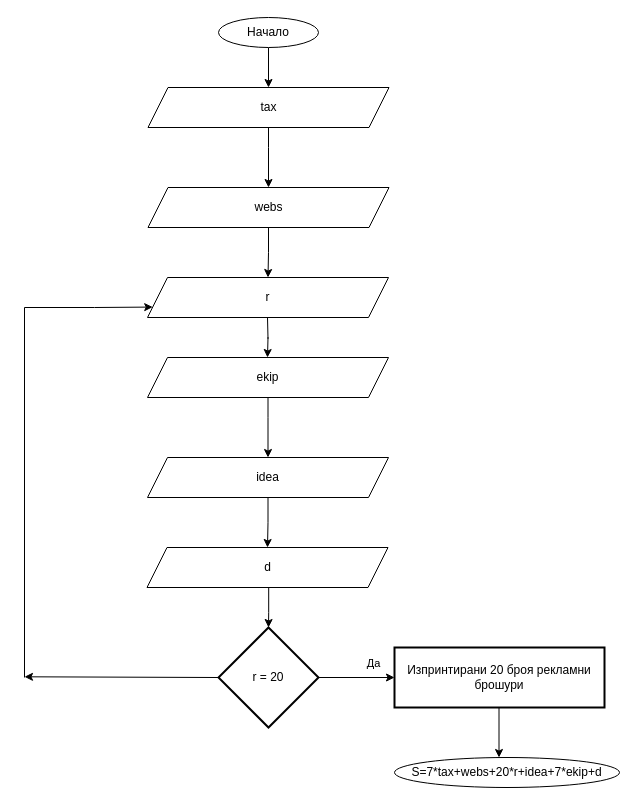
This is dsdkl.drawio from DimitrovC/daskalo-flowchart, a draw.io file, before an edit. Source tidied: cells renumbered, new cells numbered last; positions are measured from the earlier drawing's top-left corner, leaving out a move shared by most shapes. Both pictures are drawn from the tidied source at 100%, with x=0, y=0 at pixel (24, 17).
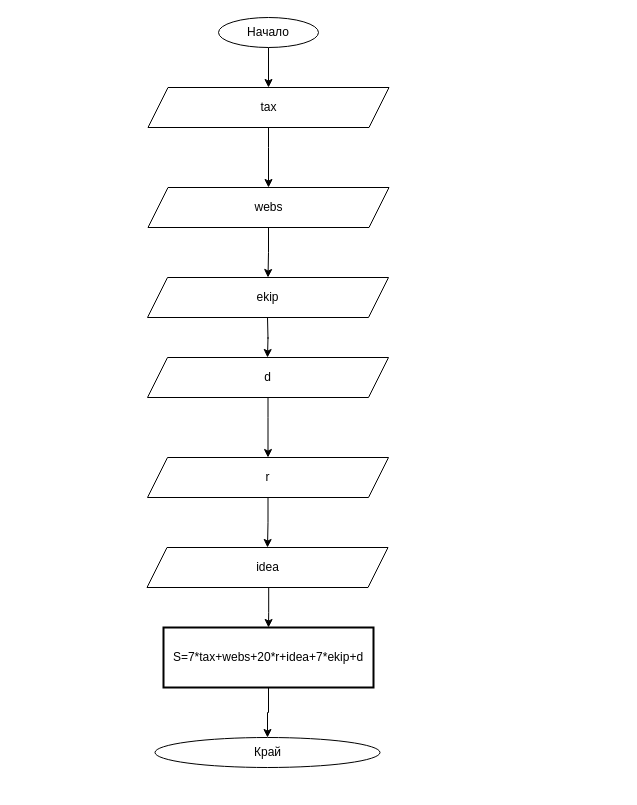
The same diagram, later.

The edit, as a diff of the source:
```diff
@@
-    <mxCell id="2" style="edgeStyle=orthogonalEdgeStyle;rounded=0;jettySize=auto;html=1;" parent="1" edge="1" source="4" target="5">
-      <mxGeometry relative="1" as="geometry" />
-    </mxCell>
-    <mxCell id="3" value="Да" style="edgeLabel;html=1;align=center;verticalAlign=middle;" parent="2" vertex="1">
-      <mxGeometry x="0.29" y="1" relative="1" as="geometry">
-        <mxPoint x="5" y="-14" as="offset" />
-      </mxGeometry>
-    </mxCell>
-    <mxCell id="4" value="r = 20" style="strokeWidth=2;html=1;shape=mxgraph.flowchart.decision;whiteSpace=wrap;" parent="1" vertex="1">
-      <mxGeometry x="194" y="610" width="100" height="100" as="geometry" />
-    </mxCell>
+    <mxCell id="25" style="edgeStyle=orthogonalEdgeStyle;rounded=0;jettySize=auto;html=1;entryX=0.5;entryY=0;entryDx=0;entryDy=0;" parent="1" edge="1" source="5" target="23">
+      <mxGeometry relative="1" as="geometry" />
+    </mxCell>
-    <mxCell id="5" value="Изпринтирани 20 броя рекламни брошури" style="whiteSpace=wrap;html=1;strokeWidth=2;" parent="1" vertex="1">
-      <mxGeometry x="370" y="630" width="210" height="60" as="geometry" />
+    <mxCell id="5" value="S=7*tax+webs+20*r+idea+7*ekip+d" style="whiteSpace=wrap;html=1;strokeWidth=2;" parent="1" vertex="1">
+      <mxGeometry x="139" y="610" width="210" height="60" as="geometry" />
     </mxCell>
@@
-    <mxCell id="12" value="r" style="shape=parallelogram;perimeter=parallelogramPerimeter;whiteSpace=wrap;html=1;fixedSize=1;" parent="1" vertex="1">
+    <mxCell id="12" value="ekip" style="shape=parallelogram;perimeter=parallelogramPerimeter;whiteSpace=wrap;html=1;fixedSize=1;" parent="1" vertex="1">
       <mxGeometry x="123" y="260" width="241" height="40" as="geometry" />
     </mxCell>
@@
-    <mxCell id="14" value="ekip" style="shape=parallelogram;perimeter=parallelogramPerimeter;whiteSpace=wrap;html=1;fixedSize=1;" parent="1" vertex="1">
+    <mxCell id="14" value="d" style="shape=parallelogram;perimeter=parallelogramPerimeter;whiteSpace=wrap;html=1;fixedSize=1;" parent="1" vertex="1">
       <mxGeometry x="123" y="340" width="241" height="40" as="geometry" />
     </mxCell>
@@
-    <mxCell id="16" value="idea" style="shape=parallelogram;perimeter=parallelogramPerimeter;whiteSpace=wrap;html=1;fixedSize=1;" parent="1" vertex="1">
+    <mxCell id="16" value="r" style="shape=parallelogram;perimeter=parallelogramPerimeter;whiteSpace=wrap;html=1;fixedSize=1;" parent="1" vertex="1">
       <mxGeometry x="123" y="440" width="241" height="40" as="geometry" />
     </mxCell>
-    <mxCell id="17" value="d" style="shape=parallelogram;perimeter=parallelogramPerimeter;whiteSpace=wrap;html=1;fixedSize=1;" parent="1" vertex="1">
+    <mxCell id="17" value="idea" style="shape=parallelogram;perimeter=parallelogramPerimeter;whiteSpace=wrap;html=1;fixedSize=1;" parent="1" vertex="1">
       <mxGeometry x="122.5" y="530" width="241" height="40" as="geometry" />
     </mxCell>
@@
-    <mxCell id="20" style="endArrow=none;html=1;rounded=0;" parent="1" edge="1">
-      <mxGeometry relative="1" as="geometry">
-        <mxPoint y="660" as="sourcePoint" />
-        <mxPoint y="290" as="targetPoint" />
-      </mxGeometry>
-    </mxCell>
-    <mxCell id="21" style="endArrow=classic;html=1;rounded=0;entryX=0;entryY=0.75;entryDx=0;entryDy=0;" parent="1" edge="1" target="12">
-      <mxGeometry relative="1" as="geometry">
-        <mxPoint y="290" as="sourcePoint" />
-        <Array as="points">
-          <mxPoint x="70" y="290" />
-        </Array>
-      </mxGeometry>
-    </mxCell>
-    <mxCell id="22" style="endArrow=classic;html=1;rounded=0;exitX=0;exitY=0.5;exitDx=0;exitDy=0;exitPerimeter=0;" parent="1" edge="1" source="4">
-      <mxGeometry relative="1" as="geometry">
-        <mxPoint y="659.3" as="targetPoint" />
-      </mxGeometry>
-    </mxCell>
-    <mxCell id="23" value="S=7*tax+webs+20*r+idea+7*ekip+d" style="ellipse;whiteSpace=wrap;html=1;" parent="1" vertex="1">
-      <mxGeometry x="370" y="740" width="225" height="30" as="geometry" />
+    <mxCell id="23" value="Край" style="ellipse;whiteSpace=wrap;html=1;" parent="1" vertex="1">
+      <mxGeometry x="130.5" y="720" width="225" height="30" as="geometry" />
     </mxCell>
-    <mxCell id="24" style="endArrow=classic;html=1;rounded=0;" parent="1" edge="1">
-      <mxGeometry relative="1" as="geometry">
-        <mxPoint x="474.5" y="690" as="sourcePoint" />
-        <mxPoint x="474.5" y="740" as="targetPoint" />
-      </mxGeometry>
-    </mxCell>
```
